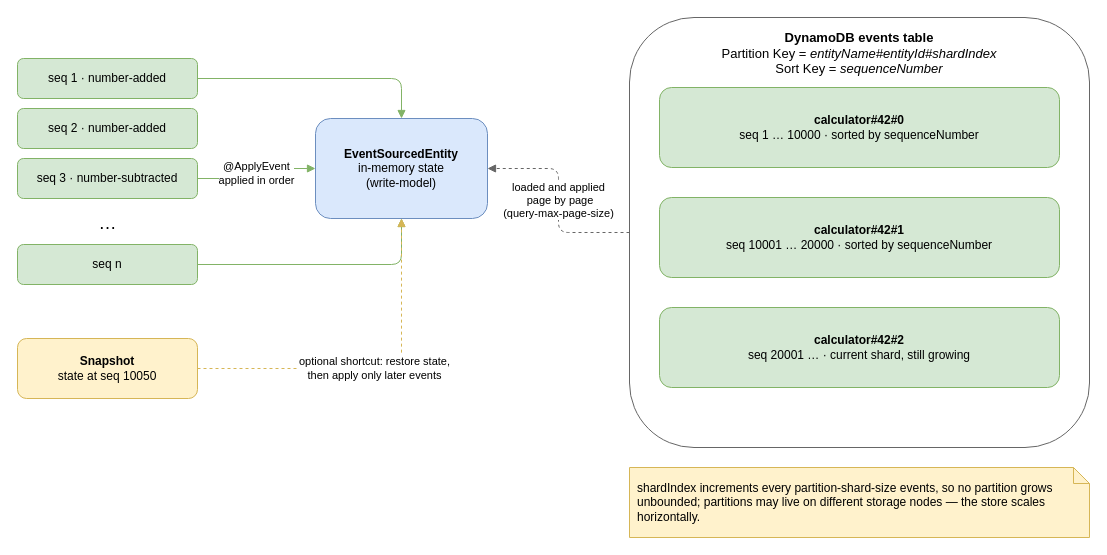
Earlier version of the draw.io diagram page "Event sourcing and storage" (1 of 5) of diagrams/design-and-architecture.drawio (SagynyshBaitursinov/events-caravan). Source tidied: cells renumbered, new cells numbered last; positions are measured from the earlier drawing's top-left corner, leaving out a move shared by most shapes. Both pictures are drawn from the tidied source at 100%, with x=0, y=0 at pixel (17, 17).
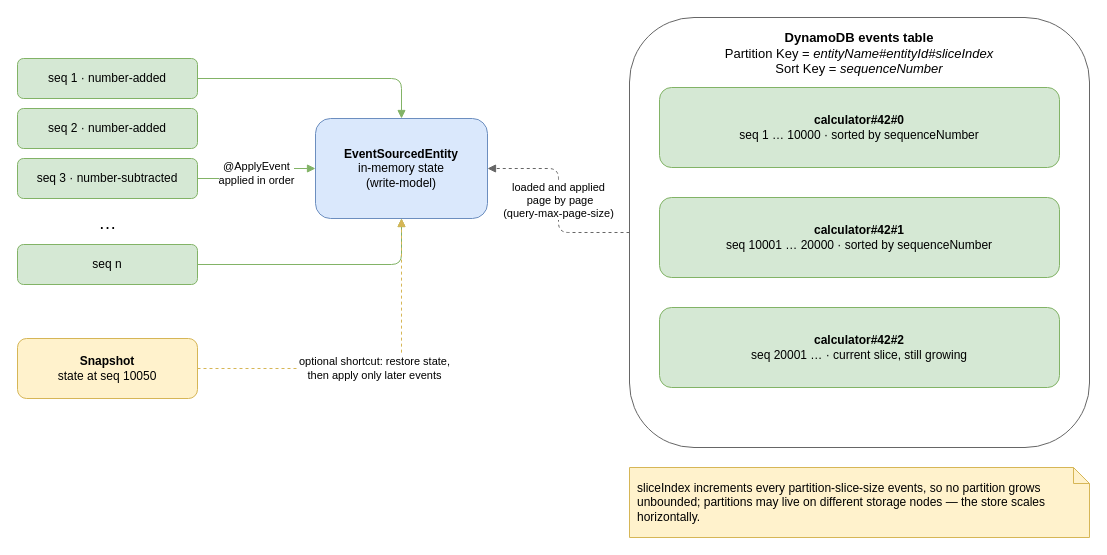
The same page after the edit.

What changed in the source:
```diff
@@
 <mxGraphModel background="light-dark(#FFFFFF,#121212)">
   <root>
     <mxCell id="0" />
     <mxCell id="1" parent="0" />
     <mxCell id="2" value="seq 1 · number-added" style="rounded=1;whiteSpace=wrap;html=1;fillColor=#d5e8d4;strokeColor=#82b366;" parent="1" vertex="1">
       <mxGeometry y="41" width="180" height="40" as="geometry" />
     </mxCell>
     <mxCell id="3" value="seq 2 · number-added" style="rounded=1;whiteSpace=wrap;html=1;fillColor=#d5e8d4;strokeColor=#82b366;" parent="1" vertex="1">
       <mxGeometry y="91" width="180" height="40" as="geometry" />
     </mxCell>
     <mxCell id="4" value="seq 3 · number-subtracted" style="rounded=1;whiteSpace=wrap;html=1;fillColor=#d5e8d4;strokeColor=#82b366;" parent="1" vertex="1">
       <mxGeometry y="141" width="180" height="40" as="geometry" />
     </mxCell>
     <mxCell id="5" value="…" style="text;html=1;align=center;fontSize=18;" parent="1" vertex="1">
       <mxGeometry y="189" width="180" height="30" as="geometry" />
     </mxCell>
     <mxCell id="6" value="seq n" style="rounded=1;whiteSpace=wrap;html=1;fillColor=#d5e8d4;strokeColor=#82b366;" parent="1" vertex="1">
       <mxGeometry y="227" width="180" height="40" as="geometry" />
     </mxCell>
     <mxCell id="7" value="&lt;b&gt;EventSourcedEntity&lt;/b&gt;&lt;br&gt;in-memory state&lt;br&gt;(write-model)" style="rounded=1;whiteSpace=wrap;html=1;fillColor=#dae8fc;strokeColor=#6c8ebf;" parent="1" vertex="1">
       <mxGeometry x="298" y="101" width="172" height="100" as="geometry" />
     </mxCell>
     <mxCell id="8" style="edgeStyle=orthogonalEdgeStyle;rounded=1;html=1;endArrow=block;strokeColor=#82b366;" parent="1" edge="1" source="2" target="7">
       <mxGeometry relative="1" as="geometry" />
     </mxCell>
     <mxCell id="9" value="@ApplyEvent&lt;br&gt;applied in order" style="edgeStyle=orthogonalEdgeStyle;rounded=1;html=1;endArrow=block;strokeColor=#82b366;labelBackgroundColor=#ffffff;" parent="1" edge="1" source="4" target="7">
       <mxGeometry relative="1" as="geometry" />
     </mxCell>
     <mxCell id="10" style="edgeStyle=orthogonalEdgeStyle;rounded=1;html=1;endArrow=block;strokeColor=#82b366;" parent="1" edge="1" source="6" target="7">
       <mxGeometry relative="1" as="geometry" />
     </mxCell>
     <mxCell id="11" value="&lt;b&gt;Snapshot&lt;/b&gt;&lt;br&gt;state at seq 10050" style="rounded=1;whiteSpace=wrap;html=1;fillColor=#fff2cc;strokeColor=#d6b656;" parent="1" vertex="1">
       <mxGeometry y="321" width="180" height="60" as="geometry" />
     </mxCell>
     <mxCell id="12" value="optional shortcut: restore state,&lt;br&gt;then apply only later events" style="edgeStyle=orthogonalEdgeStyle;rounded=1;html=1;endArrow=block;dashed=1;strokeColor=#d6b656;labelBackgroundColor=#ffffff;" parent="1" edge="1" source="11" target="7">
       <mxGeometry relative="1" as="geometry" />
     </mxCell>
-    <mxCell id="13" value="&lt;b&gt;DynamoDB events table&lt;/b&gt;&lt;div&gt;&amp;nbsp;Partition Key = &lt;i&gt;entityName#entityId#shardIndex&lt;/i&gt;&amp;nbsp;&lt;/div&gt;&lt;div&gt;Sort Key = &lt;i&gt;sequenceNumber&lt;/i&gt;&lt;/div&gt;" style="rounded=1;whiteSpace=wrap;html=1;verticalAlign=top;fillColor=none;strokeColor=#666666;spacingTop=6;fontSize=13;" parent="1" vertex="1">
+    <mxCell id="13" value="&lt;b&gt;DynamoDB events table&lt;/b&gt;&lt;div&gt;&amp;nbsp;Partition Key = &lt;i&gt;entityName#entityId#sliceIndex&lt;/i&gt;&amp;nbsp;&lt;/div&gt;&lt;div&gt;Sort Key = &lt;i&gt;sequenceNumber&lt;/i&gt;&lt;/div&gt;" style="rounded=1;whiteSpace=wrap;html=1;verticalAlign=top;fillColor=none;strokeColor=#666666;spacingTop=6;fontSize=13;" parent="1" vertex="1">
       <mxGeometry x="612" width="460" height="430" as="geometry" />
     </mxCell>
     <mxCell id="14" value="&lt;b&gt;calculator#42#0&lt;/b&gt;&lt;br&gt;seq 1 … 10000 · sorted by sequenceNumber" style="rounded=1;whiteSpace=wrap;html=1;fillColor=#d5e8d4;strokeColor=#82b366;" parent="1" vertex="1">
       <mxGeometry x="642" y="70" width="400" height="80" as="geometry" />
     </mxCell>
     <mxCell id="15" value="&lt;b&gt;calculator#42#1&lt;/b&gt;&lt;br&gt;seq 10001 … 20000 · sorted by sequenceNumber" style="rounded=1;whiteSpace=wrap;html=1;fillColor=#d5e8d4;strokeColor=#82b366;" parent="1" vertex="1">
       <mxGeometry x="642" y="180" width="400" height="80" as="geometry" />
     </mxCell>
-    <mxCell id="16" value="&lt;b&gt;calculator#42#2&lt;/b&gt;&lt;br&gt;seq 20001 … · current shard, still growing" style="rounded=1;whiteSpace=wrap;html=1;fillColor=#d5e8d4;strokeColor=#82b366;" parent="1" vertex="1">
+    <mxCell id="16" value="&lt;b&gt;calculator#42#2&lt;/b&gt;&lt;br&gt;seq 20001 … · current slice, still growing" style="rounded=1;whiteSpace=wrap;html=1;fillColor=#d5e8d4;strokeColor=#82b366;" parent="1" vertex="1">
       <mxGeometry x="642" y="290" width="400" height="80" as="geometry" />
     </mxCell>
-    <mxCell id="17" value="shardIndex increments every partition-shard-size events, so no partition grows unbounded; partitions may live on different storage nodes — the store scales horizontally." style="shape=note;whiteSpace=wrap;html=1;backgroundOutline=1;fillColor=#fff2cc;strokeColor=#d6b656;size=16;align=left;spacing=8;" parent="1" vertex="1">
-      <mxGeometry x="612" y="450" width="460" height="70" as="geometry" />
-    </mxCell>
+    <mxCell id="19" value="sliceIndex increments every partition-slice-size events, so no partition grows unbounded; partitions may live on different storage nodes — the store scales horizontally." style="shape=note;whiteSpace=wrap;html=1;backgroundOutline=1;fillColor=#fff2cc;strokeColor=#d6b656;size=16;align=left;spacing=8;" parent="1" vertex="1">
+      <mxGeometry x="612" y="450" width="460" height="70" as="geometry" />
+    </mxCell>
     <mxCell id="18" value="loaded and applied&lt;div&gt;&amp;nbsp;page by page&lt;br&gt;(query-max-page-size)&lt;/div&gt;" style="edgeStyle=orthogonalEdgeStyle;rounded=1;html=1;endArrow=block;dashed=1;strokeColor=#666666;labelBackgroundColor=#ffffff;exitX=0;exitY=0.5;entryX=1;entryY=0.5;" parent="1" edge="1" source="13" target="7">
       <mxGeometry relative="1" as="geometry" />
     </mxCell>
   </root>
 </mxGraphModel>
```
